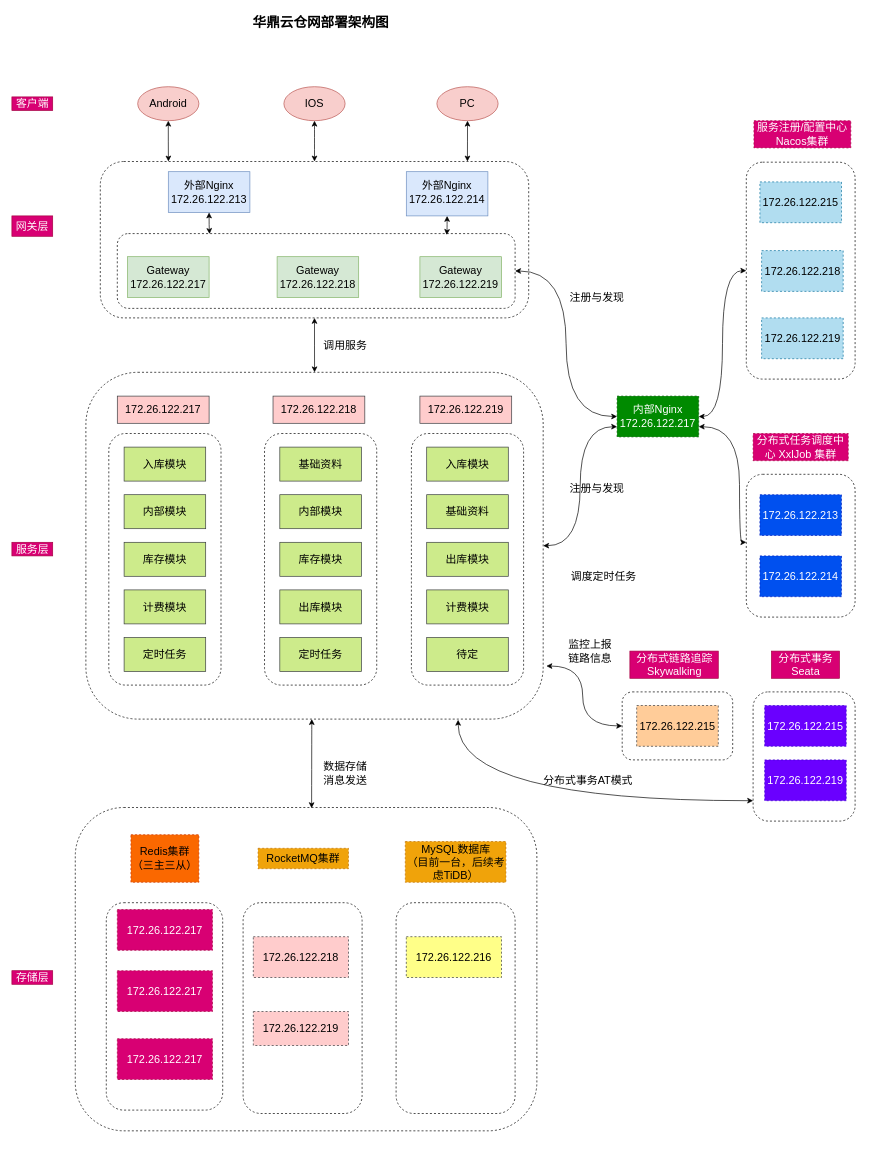
Above: pdf/华鼎云仓网架构图.drawio in mstao/static (draw.io), before the change. Source tidied: cells renumbered, new cells numbered last; positions are measured from the earlier drawing's top-left corner, leaving out a move shared by most shapes. Both pictures are drawn from the tidied source at 68%, with x=0, y=0 at pixel (12, 12).
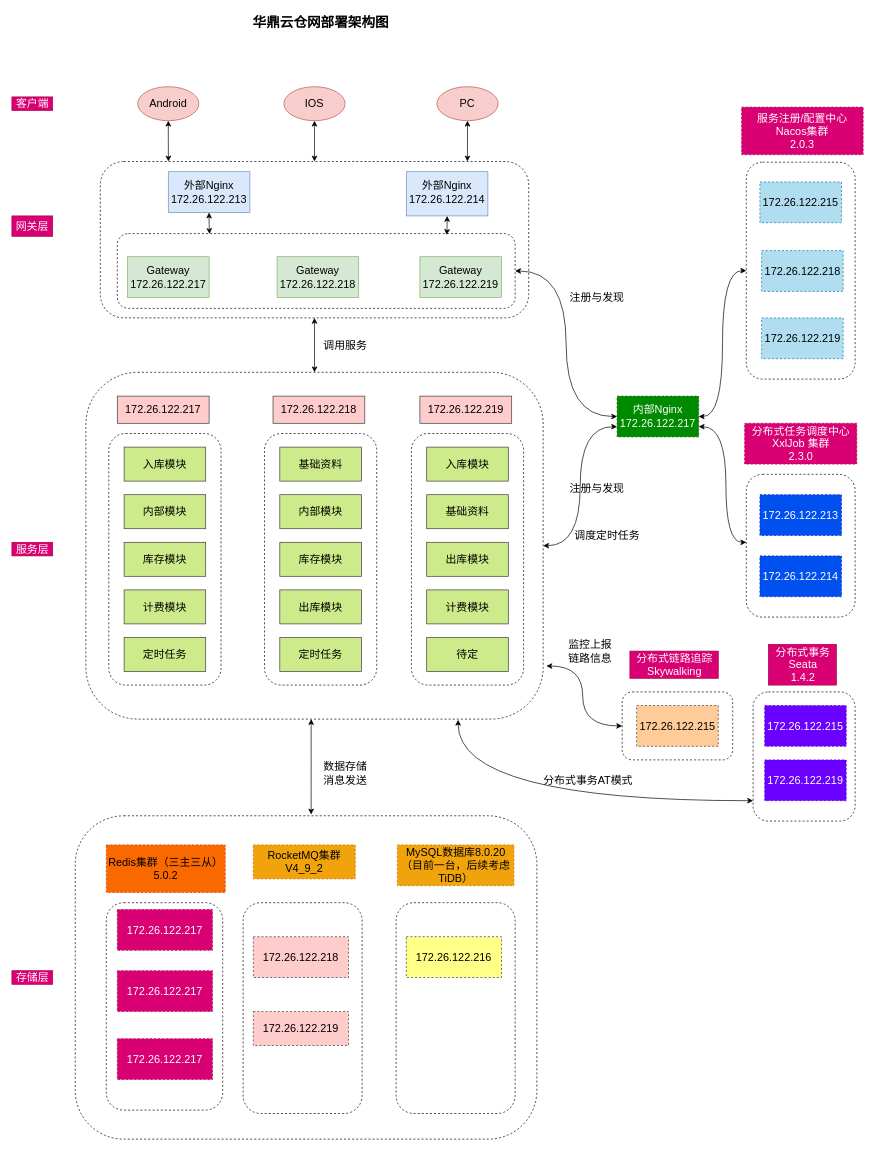
After the change.

Commit message:
Update 华鼎云仓网架构图.drawio

Unchanged cells that the change refers to:
```xml
<mxCell id="50" style="rounded=1;whiteSpace=wrap;html=1;labelBackgroundColor=#;fontSize=16;fillColor=none;dashed=1;shadow=0;sketch=0;glass=0;" parent="1" vertex="1">
  <mxGeometry x="108.8" y="530" width="672.5" height="510" as="geometry" />
</mxCell>
<mxCell id="62" style="rounded=1;whiteSpace=wrap;html=1;shadow=0;glass=0;dashed=1;labelBackgroundColor=#;sketch=0;fontSize=16;fillColor=none;" parent="1" vertex="1">
  <mxGeometry x="1080" y="680" width="160" height="210" as="geometry" />
</mxCell>
<mxCell id="74" value="内部Nginx&lt;br&gt;172.26.122.217" style="rounded=0;whiteSpace=wrap;html=1;shadow=0;glass=0;dashed=1;labelBackgroundColor=#;sketch=0;fontSize=16;fillColor=#008a00;fontColor=#ffffff;strokeColor=#005700;" parent="1" vertex="1">
  <mxGeometry x="890" y="565" width="120" height="60" as="geometry" />
</mxCell>
```

The edit, as a diff of the source:
```diff
@@
-    <mxCell id="49" style="edgeStyle=orthogonalEdgeStyle;curved=1;rounded=0;jettySize=auto;html=1;entryX=0.512;entryY=0.002;entryDx=0;entryDy=0;entryPerimeter=0;fontSize=16;startArrow=classic;startFill=1;" parent="1" edge="1" source="50" target="93">
+    <mxCell id="49" style="edgeStyle=orthogonalEdgeStyle;curved=1;rounded=0;jettySize=auto;html=1;fontSize=16;startArrow=classic;startFill=1;entryX=0.511;entryY=-0.004;entryDx=0;entryDy=0;entryPerimeter=0;" parent="1" edge="1" source="50" target="93">
       <mxGeometry relative="1" as="geometry">
         <Array as="points">
-          <mxPoint x="441" y="1050" />
           <mxPoint x="441" y="1050" />
         </Array>
       </mxGeometry>
     </mxCell>
@@
-    <mxCell id="52" value="服务注册/配置中心Nacos集群" style="text;html=1;strokeColor=#A50040;fillColor=#d80073;align=center;verticalAlign=middle;whiteSpace=wrap;rounded=0;dashed=1;labelBackgroundColor=#;fontSize=16;fontColor=#ffffff;" parent="1" vertex="1">
-      <mxGeometry x="1091.2" y="160" width="142.5" height="40" as="geometry" />
+    <mxCell id="52" value="服务注册/配置中心Nacos集群&lt;br&gt;2.0.3" style="text;html=1;strokeColor=#A50040;fillColor=#d80073;align=center;verticalAlign=middle;whiteSpace=wrap;rounded=0;dashed=1;labelBackgroundColor=#;fontSize=16;fontColor=#ffffff;" parent="1" vertex="1">
+      <mxGeometry x="1073.1" y="140" width="178.8" height="70" as="geometry" />
     </mxCell>
@@
     <mxCell id="61" style="edgeStyle=orthogonalEdgeStyle;curved=1;rounded=0;jettySize=auto;html=1;entryX=1;entryY=0.75;entryDx=0;entryDy=0;fontSize=16;startArrow=classic;startFill=1;" parent="1" edge="1" source="62" target="74">
       <mxGeometry relative="1" as="geometry">
         <Array as="points">
-          <mxPoint x="1070" y="780" />
-          <mxPoint x="1070" y="610" />
+          <mxPoint x="1050" y="780" />
+          <mxPoint x="1050" y="610" />
         </Array>
       </mxGeometry>
     </mxCell>
@@
-    <mxCell id="63" value="分布式任务调度中心 XxlJob 集群" style="text;html=1;strokeColor=#A50040;fillColor=#d80073;align=center;verticalAlign=middle;whiteSpace=wrap;rounded=0;shadow=0;glass=0;dashed=1;labelBackgroundColor=#;sketch=0;fontSize=16;fontColor=#ffffff;" parent="1" vertex="1">
-      <mxGeometry x="1090" y="620" width="140" height="40" as="geometry" />
+    <mxCell id="63" value="分布式任务调度中心 XxlJob 集群&lt;br&gt;2.3.0" style="text;html=1;strokeColor=#A50040;fillColor=#d80073;align=center;verticalAlign=middle;whiteSpace=wrap;rounded=0;shadow=0;glass=0;dashed=1;labelBackgroundColor=#;sketch=0;fontSize=16;fontColor=#ffffff;" parent="1" vertex="1">
+      <mxGeometry x="1077.5" y="605" width="165" height="60" as="geometry" />
     </mxCell>
@@
     <mxCell id="66" value="调度定时任务" style="text;html=1;align=center;verticalAlign=middle;strokeColor=none;fillColor=none;fontSize=16;" parent="1" vertex="1">
-      <mxGeometry x="815" y="820" width="110" height="20" as="geometry" />
+      <mxGeometry x="820" y="760" width="110" height="20" as="geometry" />
     </mxCell>
@@
-    <mxCell id="72" value="Redis集群（三主三从）" style="rounded=0;whiteSpace=wrap;html=1;shadow=0;glass=0;dashed=1;labelBackgroundColor=#;sketch=0;fontSize=16;fillColor=#fa6800;fontColor=#000000;strokeColor=#C73500;" parent="1" vertex="1">
-      <mxGeometry x="175" y="1210" width="100" height="70" as="geometry" />
+    <mxCell id="72" value="Redis集群（三主三从）&lt;br&gt;5.0.2" style="rounded=0;whiteSpace=wrap;html=1;shadow=0;glass=0;dashed=1;labelBackgroundColor=#;sketch=0;fontSize=16;fillColor=#fa6800;fontColor=#000000;strokeColor=#C73500;" parent="1" vertex="1">
+      <mxGeometry x="138.8" y="1225" width="175" height="70" as="geometry" />
     </mxCell>
@@
-    <mxCell id="75" value="分布式事务&lt;br&gt;Seata" style="text;html=1;align=center;verticalAlign=middle;strokeColor=#A50040;fillColor=#d80073;fontSize=16;fontColor=#ffffff;" parent="1" vertex="1">
-      <mxGeometry x="1117" y="940" width="100" height="40" as="geometry" />
+    <mxCell id="75" value="分布式事务&lt;br&gt;Seata&lt;br&gt;1.4.2" style="text;html=1;align=center;verticalAlign=middle;strokeColor=#A50040;fillColor=#d80073;fontSize=16;fontColor=#ffffff;" parent="1" vertex="1">
+      <mxGeometry x="1112.5" y="930" width="100" height="60" as="geometry" />
     </mxCell>
@@
-    <mxCell id="86" value="RocketMQ集群" style="text;html=1;strokeColor=#BD7000;fillColor=#f0a30a;align=center;verticalAlign=middle;whiteSpace=wrap;rounded=0;shadow=0;glass=0;dashed=1;labelBackgroundColor=#;sketch=0;fontSize=16;fontColor=#000000;" parent="1" vertex="1">
-      <mxGeometry x="362" y="1230" width="133" height="30" as="geometry" />
+    <mxCell id="86" value="RocketMQ集群&lt;br&gt;V4_9_2" style="text;html=1;strokeColor=#BD7000;fillColor=#f0a30a;align=center;verticalAlign=middle;whiteSpace=wrap;rounded=0;shadow=0;glass=0;dashed=1;labelBackgroundColor=#;sketch=0;fontSize=16;fontColor=#000000;" parent="1" vertex="1">
+      <mxGeometry x="355" y="1225" width="150" height="50" as="geometry" />
     </mxCell>
@@
-    <mxCell id="90" value="MySQL数据库&lt;br&gt;（目前一台，后续考虑TiDB）" style="text;html=1;strokeColor=#BD7000;fillColor=#f0a30a;align=center;verticalAlign=middle;whiteSpace=wrap;rounded=0;shadow=0;glass=0;dashed=1;labelBackgroundColor=#;sketch=0;fontSize=16;fontColor=#000000;" parent="1" vertex="1">
-      <mxGeometry x="578.5" y="1220" width="148" height="60" as="geometry" />
+    <mxCell id="90" value="MySQL数据库8.0.20&lt;br&gt;（目前一台，后续考虑TiDB）" style="text;html=1;strokeColor=#BD7000;fillColor=#f0a30a;align=center;verticalAlign=middle;whiteSpace=wrap;rounded=0;shadow=0;glass=0;dashed=1;labelBackgroundColor=#;sketch=0;fontSize=16;fontColor=#000000;" parent="1" vertex="1">
+      <mxGeometry x="566.8" y="1225" width="171.5" height="60" as="geometry" />
     </mxCell>
@@
     <mxCell id="93" style="rounded=1;whiteSpace=wrap;html=1;shadow=0;glass=0;dashed=1;labelBackgroundColor=#;sketch=0;fontSize=16;fillColor=none;" parent="1" vertex="1">
-      <mxGeometry x="93.2" y="1170" width="678.8" height="475.5" as="geometry" />
+      <mxGeometry x="93.2" y="1182.2" width="678.8" height="475.5" as="geometry" />
     </mxCell>
```
